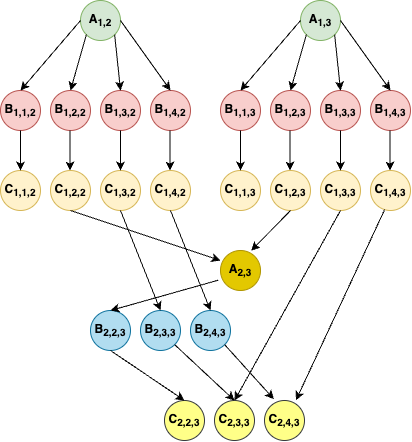
This is lab7/diekert.png from franciszekjob/concurrency-theory, a draw.io export, as it was before one commit. Source tidied: cells renumbered, new cells last; positions are measured from the earlier drawing's top-left corner, leaving out a move shared by most shapes. Source of this version:
```xml
<mxGraphModel>
  <root>
    <mxCell id="0" />
    <mxCell id="1" parent="0" />
    <mxCell id="2" value="&lt;font face=&quot;Helvetica&quot;&gt;&lt;b&gt;A&lt;sub style=&quot;&quot;&gt;1,2&lt;/sub&gt;&lt;/b&gt;&lt;/font&gt;" style="ellipse;whiteSpace=wrap;html=1;fillColor=#d5e8d4;strokeColor=#82b366;" parent="1" vertex="1">
      <mxGeometry x="80" width="40" height="40" as="geometry" />
    </mxCell>
    <mxCell id="3" value="&lt;b style=&quot;&quot;&gt;&lt;font&gt;B&lt;sub style=&quot;&quot;&gt;1,1,2&lt;/sub&gt;&lt;/font&gt;&lt;/b&gt;" style="ellipse;whiteSpace=wrap;html=1;fillColor=#f8cecc;strokeColor=#b85450;" parent="1" vertex="1">
      <mxGeometry y="90" width="40" height="40" as="geometry" />
    </mxCell>
    <mxCell id="4" value="&lt;b style=&quot;&quot;&gt;&lt;font&gt;B&lt;sub style=&quot;&quot;&gt;1,2,2&lt;/sub&gt;&lt;/font&gt;&lt;/b&gt;" style="ellipse;whiteSpace=wrap;html=1;fillColor=#f8cecc;strokeColor=#b85450;" parent="1" vertex="1">
      <mxGeometry x="50" y="90" width="40" height="40" as="geometry" />
    </mxCell>
    <mxCell id="5" value="&lt;b style=&quot;&quot;&gt;&lt;font&gt;B&lt;sub style=&quot;&quot;&gt;1,3,2&lt;/sub&gt;&lt;/font&gt;&lt;/b&gt;" style="ellipse;whiteSpace=wrap;html=1;fillColor=#f8cecc;strokeColor=#b85450;" parent="1" vertex="1">
      <mxGeometry x="100" y="90" width="40" height="40" as="geometry" />
    </mxCell>
    <mxCell id="6" value="&lt;b style=&quot;&quot;&gt;&lt;font&gt;B&lt;sub style=&quot;&quot;&gt;1,4,2&lt;/sub&gt;&lt;/font&gt;&lt;/b&gt;" style="ellipse;whiteSpace=wrap;html=1;fillColor=#f8cecc;strokeColor=#b85450;" parent="1" vertex="1">
      <mxGeometry x="150" y="90" width="40" height="40" as="geometry" />
    </mxCell>
    <mxCell id="7" value="&lt;b style=&quot;&quot;&gt;&lt;font&gt;C&lt;sub style=&quot;&quot;&gt;1,1,2&lt;/sub&gt;&lt;/font&gt;&lt;/b&gt;" style="ellipse;whiteSpace=wrap;html=1;fillColor=#fff2cc;strokeColor=#d6b656;" parent="1" vertex="1">
      <mxGeometry y="170" width="40" height="40" as="geometry" />
    </mxCell>
    <mxCell id="8" value="&lt;b style=&quot;&quot;&gt;&lt;font&gt;C&lt;sub style=&quot;&quot;&gt;1,2,2&lt;/sub&gt;&lt;/font&gt;&lt;/b&gt;" style="ellipse;whiteSpace=wrap;html=1;fillColor=#fff2cc;strokeColor=#d6b656;" parent="1" vertex="1">
      <mxGeometry x="50" y="170" width="40" height="40" as="geometry" />
    </mxCell>
    <mxCell id="9" value="&lt;b style=&quot;&quot;&gt;&lt;font&gt;C&lt;sub style=&quot;&quot;&gt;1,3,2&lt;/sub&gt;&lt;/font&gt;&lt;/b&gt;" style="ellipse;whiteSpace=wrap;html=1;fillColor=#fff2cc;strokeColor=#d6b656;" parent="1" vertex="1">
      <mxGeometry x="100" y="170" width="40" height="40" as="geometry" />
    </mxCell>
    <mxCell id="10" value="&lt;b style=&quot;&quot;&gt;&lt;font&gt;C&lt;sub style=&quot;&quot;&gt;1,4,2&lt;/sub&gt;&lt;/font&gt;&lt;/b&gt;" style="ellipse;whiteSpace=wrap;html=1;fillColor=#fff2cc;strokeColor=#d6b656;" parent="1" vertex="1">
      <mxGeometry x="150" y="170" width="40" height="40" as="geometry" />
    </mxCell>
    <mxCell id="11" style="endArrow=classic;html=1;rounded=0;entryX=0.5;entryY=0;entryDx=0;entryDy=0;exitX=0;exitY=1;exitDx=0;exitDy=0;" parent="1" edge="1" source="2" target="4">
      <mxGeometry relative="1" as="geometry" />
    </mxCell>
    <mxCell id="12" style="endArrow=classic;html=1;rounded=0;entryX=0.5;entryY=0;entryDx=0;entryDy=0;exitX=0;exitY=0.5;exitDx=0;exitDy=0;" parent="1" edge="1" source="2" target="3">
      <mxGeometry relative="1" as="geometry" />
    </mxCell>
    <mxCell id="13" style="endArrow=classic;html=1;rounded=0;entryX=0.5;entryY=0;entryDx=0;entryDy=0;exitX=1;exitY=1;exitDx=0;exitDy=0;" parent="1" edge="1" source="2" target="5">
      <mxGeometry relative="1" as="geometry" />
    </mxCell>
    <mxCell id="14" style="endArrow=classic;html=1;rounded=0;entryX=0.5;entryY=0;entryDx=0;entryDy=0;exitX=1;exitY=0.5;exitDx=0;exitDy=0;" parent="1" edge="1" source="2" target="6">
      <mxGeometry relative="1" as="geometry" />
    </mxCell>
    <mxCell id="15" style="endArrow=classic;html=1;rounded=0;exitX=0.5;exitY=1;exitDx=0;exitDy=0;entryX=0.5;entryY=0;entryDx=0;entryDy=0;" parent="1" edge="1" source="3" target="7">
      <mxGeometry relative="1" as="geometry" />
    </mxCell>
    <mxCell id="16" style="endArrow=classic;html=1;rounded=0;exitX=0.5;exitY=1;exitDx=0;exitDy=0;entryX=0.5;entryY=0;entryDx=0;entryDy=0;" parent="1" edge="1">
      <mxGeometry relative="1" as="geometry">
        <mxPoint x="69.5" y="130" as="sourcePoint" />
        <mxPoint x="69.5" y="170" as="targetPoint" />
      </mxGeometry>
    </mxCell>
    <mxCell id="17" style="endArrow=classic;html=1;rounded=0;exitX=0.5;exitY=1;exitDx=0;exitDy=0;" parent="1" edge="1">
      <mxGeometry relative="1" as="geometry">
        <mxPoint x="120" y="130" as="sourcePoint" />
        <mxPoint x="120" y="170" as="targetPoint" />
      </mxGeometry>
    </mxCell>
    <mxCell id="18" style="endArrow=classic;html=1;rounded=0;exitX=0.5;exitY=1;exitDx=0;exitDy=0;entryX=0.5;entryY=0;entryDx=0;entryDy=0;" parent="1" edge="1">
      <mxGeometry relative="1" as="geometry">
        <mxPoint x="169.5" y="130" as="sourcePoint" />
        <mxPoint x="169.5" y="170" as="targetPoint" />
      </mxGeometry>
    </mxCell>
    <mxCell id="19" value="&lt;font face=&quot;Helvetica&quot;&gt;&lt;b&gt;A&lt;sub style=&quot;&quot;&gt;1,3&lt;/sub&gt;&lt;/b&gt;&lt;/font&gt;" style="ellipse;whiteSpace=wrap;html=1;fillColor=#d5e8d4;strokeColor=#82b366;" parent="1" vertex="1">
      <mxGeometry x="300" width="40" height="40" as="geometry" />
    </mxCell>
    <mxCell id="20" value="&lt;b style=&quot;&quot;&gt;&lt;font&gt;B&lt;sub style=&quot;&quot;&gt;1,1,3&lt;/sub&gt;&lt;/font&gt;&lt;/b&gt;" style="ellipse;whiteSpace=wrap;html=1;fillColor=#f8cecc;strokeColor=#b85450;" parent="1" vertex="1">
      <mxGeometry x="220" y="90" width="40" height="40" as="geometry" />
    </mxCell>
    <mxCell id="21" value="&lt;b style=&quot;&quot;&gt;&lt;font&gt;B&lt;sub style=&quot;&quot;&gt;1,2,3&lt;/sub&gt;&lt;/font&gt;&lt;/b&gt;" style="ellipse;whiteSpace=wrap;html=1;fillColor=#f8cecc;strokeColor=#b85450;" parent="1" vertex="1">
      <mxGeometry x="270" y="90" width="40" height="40" as="geometry" />
    </mxCell>
    <mxCell id="22" value="&lt;b style=&quot;&quot;&gt;&lt;font&gt;B&lt;sub style=&quot;&quot;&gt;1,3,3&lt;/sub&gt;&lt;/font&gt;&lt;/b&gt;" style="ellipse;whiteSpace=wrap;html=1;fillColor=#f8cecc;strokeColor=#b85450;" parent="1" vertex="1">
      <mxGeometry x="320" y="90" width="40" height="40" as="geometry" />
    </mxCell>
    <mxCell id="23" value="&lt;b style=&quot;&quot;&gt;&lt;font&gt;B&lt;sub style=&quot;&quot;&gt;1,4,3&lt;/sub&gt;&lt;/font&gt;&lt;/b&gt;" style="ellipse;whiteSpace=wrap;html=1;fillColor=#f8cecc;strokeColor=#b85450;" parent="1" vertex="1">
      <mxGeometry x="370" y="90" width="40" height="40" as="geometry" />
    </mxCell>
    <mxCell id="24" value="&lt;b style=&quot;&quot;&gt;&lt;font&gt;C&lt;sub style=&quot;&quot;&gt;1,1,3&lt;/sub&gt;&lt;/font&gt;&lt;/b&gt;" style="ellipse;whiteSpace=wrap;html=1;fillColor=#fff2cc;strokeColor=#d6b656;" parent="1" vertex="1">
      <mxGeometry x="220" y="170" width="40" height="40" as="geometry" />
    </mxCell>
    <mxCell id="25" value="&lt;b style=&quot;&quot;&gt;&lt;font&gt;C&lt;sub style=&quot;&quot;&gt;1,2,3&lt;/sub&gt;&lt;/font&gt;&lt;/b&gt;" style="ellipse;whiteSpace=wrap;html=1;fillColor=#fff2cc;strokeColor=#d6b656;" parent="1" vertex="1">
      <mxGeometry x="270" y="170" width="40" height="40" as="geometry" />
    </mxCell>
    <mxCell id="26" value="&lt;b style=&quot;&quot;&gt;&lt;font&gt;C&lt;sub style=&quot;&quot;&gt;1,3,3&lt;/sub&gt;&lt;/font&gt;&lt;/b&gt;" style="ellipse;whiteSpace=wrap;html=1;fillColor=#fff2cc;strokeColor=#d6b656;" parent="1" vertex="1">
      <mxGeometry x="320" y="170" width="40" height="40" as="geometry" />
    </mxCell>
    <mxCell id="27" value="&lt;b style=&quot;&quot;&gt;&lt;font&gt;C&lt;sub style=&quot;&quot;&gt;1,4,3&lt;/sub&gt;&lt;/font&gt;&lt;/b&gt;" style="ellipse;whiteSpace=wrap;html=1;fillColor=#fff2cc;strokeColor=#d6b656;" parent="1" vertex="1">
      <mxGeometry x="370" y="170" width="40" height="40" as="geometry" />
    </mxCell>
    <mxCell id="28" style="endArrow=classic;html=1;rounded=0;entryX=0.5;entryY=0;entryDx=0;entryDy=0;exitX=0;exitY=1;exitDx=0;exitDy=0;" parent="1" edge="1" source="19" target="21">
      <mxGeometry relative="1" as="geometry" />
    </mxCell>
    <mxCell id="29" style="endArrow=classic;html=1;rounded=0;entryX=0.5;entryY=0;entryDx=0;entryDy=0;exitX=0;exitY=0.5;exitDx=0;exitDy=0;" parent="1" edge="1" source="19" target="20">
      <mxGeometry relative="1" as="geometry" />
    </mxCell>
    <mxCell id="30" style="endArrow=classic;html=1;rounded=0;entryX=0.5;entryY=0;entryDx=0;entryDy=0;exitX=1;exitY=1;exitDx=0;exitDy=0;" parent="1" edge="1" source="19" target="22">
      <mxGeometry relative="1" as="geometry" />
    </mxCell>
    <mxCell id="31" style="endArrow=classic;html=1;rounded=0;entryX=0.5;entryY=0;entryDx=0;entryDy=0;exitX=1;exitY=0.5;exitDx=0;exitDy=0;" parent="1" edge="1" source="19" target="23">
      <mxGeometry relative="1" as="geometry" />
    </mxCell>
    <mxCell id="32" style="endArrow=classic;html=1;rounded=0;exitX=0.5;exitY=1;exitDx=0;exitDy=0;entryX=0.5;entryY=0;entryDx=0;entryDy=0;" parent="1" edge="1" source="20" target="24">
      <mxGeometry relative="1" as="geometry" />
    </mxCell>
    <mxCell id="33" style="endArrow=classic;html=1;rounded=0;exitX=0.5;exitY=1;exitDx=0;exitDy=0;entryX=0.5;entryY=0;entryDx=0;entryDy=0;" parent="1" edge="1">
      <mxGeometry relative="1" as="geometry">
        <mxPoint x="289.5" y="130" as="sourcePoint" />
        <mxPoint x="289.5" y="170" as="targetPoint" />
      </mxGeometry>
    </mxCell>
    <mxCell id="34" style="endArrow=classic;html=1;rounded=0;exitX=0.5;exitY=1;exitDx=0;exitDy=0;" parent="1" edge="1">
      <mxGeometry relative="1" as="geometry">
        <mxPoint x="340" y="130" as="sourcePoint" />
        <mxPoint x="340" y="170" as="targetPoint" />
      </mxGeometry>
    </mxCell>
    <mxCell id="35" style="endArrow=classic;html=1;rounded=0;exitX=0.5;exitY=1;exitDx=0;exitDy=0;entryX=0.5;entryY=0;entryDx=0;entryDy=0;" parent="1" edge="1">
      <mxGeometry relative="1" as="geometry">
        <mxPoint x="389.5" y="130" as="sourcePoint" />
        <mxPoint x="389.5" y="170" as="targetPoint" />
      </mxGeometry>
    </mxCell>
    <mxCell id="36" value="&lt;b style=&quot;&quot;&gt;&lt;font&gt;A&lt;sub style=&quot;&quot;&gt;&lt;font&gt;2,3&lt;/font&gt;&lt;/sub&gt;&lt;/font&gt;&lt;/b&gt;" style="ellipse;whiteSpace=wrap;html=1;fillColor=#e3c800;strokeColor=#B09500;fontColor=#000000;" parent="1" vertex="1">
      <mxGeometry x="220" y="250" width="40" height="40" as="geometry" />
    </mxCell>
    <mxCell id="37" style="endArrow=classic;html=1;rounded=0;exitX=0.5;exitY=1;exitDx=0;exitDy=0;entryX=0.768;entryY=0.005;entryDx=0;entryDy=0;entryPerimeter=0;" parent="1" edge="1" source="25" target="36">
      <mxGeometry relative="1" as="geometry" />
    </mxCell>
    <mxCell id="38" style="endArrow=classic;html=1;rounded=0;exitX=0.5;exitY=1;exitDx=0;exitDy=0;entryX=0;entryY=0.25;entryDx=0;entryDy=0;entryPerimeter=0;" parent="1" edge="1" source="8" target="36">
      <mxGeometry relative="1" as="geometry" />
    </mxCell>
    <mxCell id="39" value="&lt;b style=&quot;&quot;&gt;&lt;font&gt;B&lt;sub style=&quot;&quot;&gt;2,2,3&lt;/sub&gt;&lt;/font&gt;&lt;/b&gt;" style="ellipse;whiteSpace=wrap;html=1;fillColor=#b1ddf0;strokeColor=#10739e;" parent="1" vertex="1">
      <mxGeometry x="90" y="310" width="40" height="40" as="geometry" />
    </mxCell>
    <mxCell id="40" value="&lt;b style=&quot;&quot;&gt;&lt;font&gt;B&lt;sub style=&quot;&quot;&gt;2,3,3&lt;/sub&gt;&lt;/font&gt;&lt;/b&gt;" style="ellipse;whiteSpace=wrap;html=1;fillColor=#b1ddf0;strokeColor=#10739e;" parent="1" vertex="1">
      <mxGeometry x="140" y="310" width="40" height="40" as="geometry" />
    </mxCell>
    <mxCell id="41" value="&lt;b style=&quot;&quot;&gt;&lt;font&gt;B&lt;sub style=&quot;&quot;&gt;2,4,3&lt;/sub&gt;&lt;/font&gt;&lt;/b&gt;" style="ellipse;whiteSpace=wrap;html=1;fillColor=#b1ddf0;strokeColor=#10739e;" parent="1" vertex="1">
      <mxGeometry x="190" y="310" width="40" height="40" as="geometry" />
    </mxCell>
    <mxCell id="42" style="endArrow=classic;html=1;rounded=0;exitX=0.5;exitY=1;exitDx=0;exitDy=0;entryX=0.5;entryY=0;entryDx=0;entryDy=0;" parent="1" edge="1" source="9" target="40">
      <mxGeometry relative="1" as="geometry" />
    </mxCell>
    <mxCell id="43" style="endArrow=classic;html=1;rounded=0;exitX=0.5;exitY=1;exitDx=0;exitDy=0;entryX=0.5;entryY=0;entryDx=0;entryDy=0;" parent="1" edge="1" source="10" target="41">
      <mxGeometry relative="1" as="geometry" />
    </mxCell>
    <mxCell id="44" style="endArrow=classic;html=1;rounded=0;entryX=0.5;entryY=0;entryDx=0;entryDy=0;exitX=-0.055;exitY=0.742;exitDx=0;exitDy=0;exitPerimeter=0;" parent="1" edge="1" source="36" target="39">
      <mxGeometry relative="1" as="geometry" />
    </mxCell>
    <mxCell id="45" value="&lt;b style=&quot;&quot;&gt;&lt;font&gt;C&lt;sub style=&quot;&quot;&gt;2,2,3&lt;/sub&gt;&lt;/font&gt;&lt;/b&gt;" style="ellipse;whiteSpace=wrap;html=1;fillColor=#ffff88;strokeColor=#36393d;" parent="1" vertex="1">
      <mxGeometry x="164" y="400" width="40" height="40" as="geometry" />
    </mxCell>
    <mxCell id="46" value="&lt;b style=&quot;&quot;&gt;&lt;font&gt;C&lt;sub style=&quot;&quot;&gt;2,3,3&lt;/sub&gt;&lt;/font&gt;&lt;/b&gt;" style="ellipse;whiteSpace=wrap;html=1;fillColor=#ffff88;strokeColor=#36393d;" parent="1" vertex="1">
      <mxGeometry x="214" y="400" width="40" height="40" as="geometry" />
    </mxCell>
    <mxCell id="47" value="&lt;b style=&quot;&quot;&gt;&lt;font&gt;C&lt;sub style=&quot;&quot;&gt;2,4,3&lt;/sub&gt;&lt;/font&gt;&lt;/b&gt;" style="ellipse;whiteSpace=wrap;html=1;fillColor=#ffff88;strokeColor=#36393d;" parent="1" vertex="1">
      <mxGeometry x="264" y="400" width="40" height="40" as="geometry" />
    </mxCell>
    <mxCell id="48" style="endArrow=classic;html=1;rounded=0;entryX=0.5;entryY=0;entryDx=0;entryDy=0;exitX=0.5;exitY=1;exitDx=0;exitDy=0;" parent="1" edge="1" source="39" target="45">
      <mxGeometry relative="1" as="geometry" />
    </mxCell>
    <mxCell id="49" style="endArrow=classic;html=1;rounded=0;entryX=0.5;entryY=0;entryDx=0;entryDy=0;exitX=1;exitY=1;exitDx=0;exitDy=0;" parent="1" edge="1" source="40" target="46">
      <mxGeometry relative="1" as="geometry" />
    </mxCell>
    <mxCell id="50" style="endArrow=classic;html=1;rounded=0;entryX=0.234;entryY=-0.034;entryDx=0;entryDy=0;entryPerimeter=0;exitX=1;exitY=1;exitDx=0;exitDy=0;" parent="1" edge="1" source="41" target="47">
      <mxGeometry relative="1" as="geometry" />
    </mxCell>
    <mxCell id="51" style="endArrow=classic;html=1;rounded=0;exitX=0.5;exitY=1;exitDx=0;exitDy=0;entryX=0.5;entryY=0;entryDx=0;entryDy=0;" parent="1" edge="1" source="26" target="46">
      <mxGeometry relative="1" as="geometry" />
    </mxCell>
    <mxCell id="52" style="endArrow=classic;html=1;rounded=0;exitX=0.353;exitY=0.979;exitDx=0;exitDy=0;entryX=0.787;entryY=-0.008;entryDx=0;entryDy=0;exitPerimeter=0;entryPerimeter=0;" parent="1" edge="1" source="27" target="47">
      <mxGeometry relative="1" as="geometry" />
    </mxCell>
  </root>
</mxGraphModel>
```
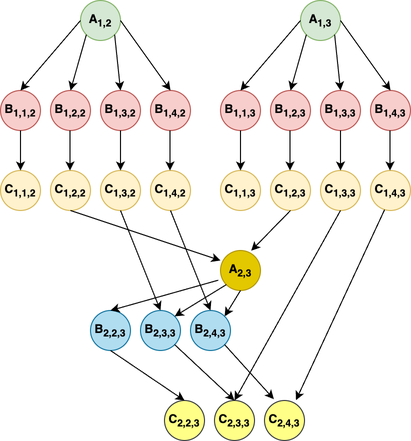
The same file after the commit.

Commit message:
Fix diekert graph

Diff of the diagram source:
```diff
@@ -173,5 +173,11 @@
     <mxCell id="52" style="endArrow=classic;html=1;rounded=0;exitX=0.353;exitY=0.979;exitDx=0;exitDy=0;entryX=0.787;entryY=-0.008;entryDx=0;entryDy=0;exitPerimeter=0;entryPerimeter=0;" parent="1" edge="1" source="27" target="47">
       <mxGeometry relative="1" as="geometry" />
     </mxCell>
+    <mxCell id="53" style="endArrow=classic;html=1;rounded=0;entryX=1;entryY=0;entryDx=0;entryDy=0;exitX=0;exitY=1;exitDx=0;exitDy=0;" parent="1" edge="1" source="36" target="40">
+      <mxGeometry relative="1" as="geometry" />
+    </mxCell>
+    <mxCell id="54" style="endArrow=classic;html=1;rounded=0;entryX=1;entryY=0;entryDx=0;entryDy=0;exitX=0.5;exitY=1;exitDx=0;exitDy=0;" parent="1" edge="1" source="36" target="41">
+      <mxGeometry relative="1" as="geometry" />
+    </mxCell>
   </root>
 </mxGraphModel>
```
